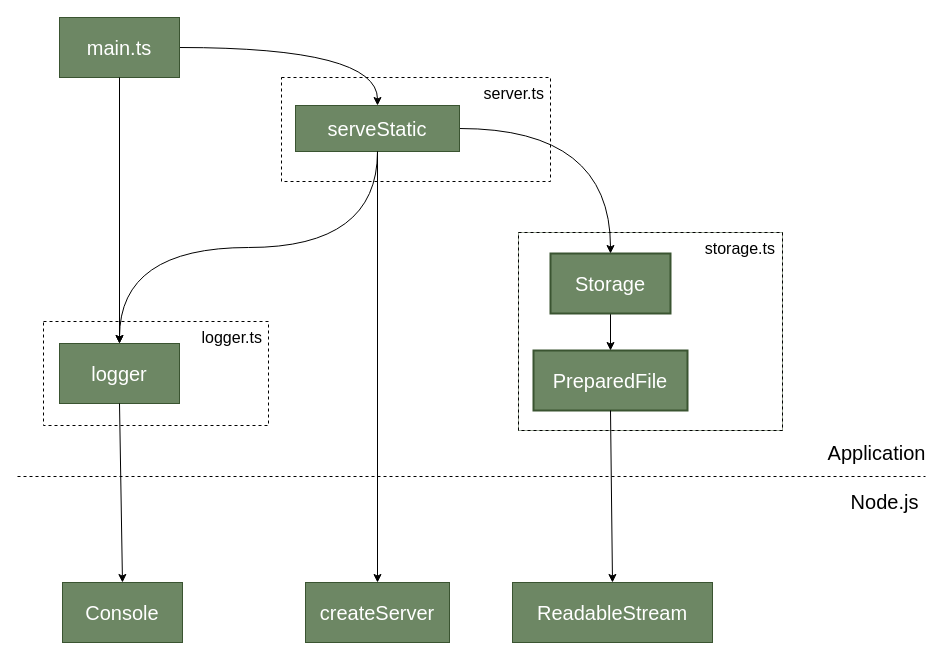
Before: metarhia/solid/dip/1_no-di/diagram.drawio in yialo/learn-smth, a draw.io diagram. Source tidied: cells renumbered, new cells numbered last; positions are measured from the earlier drawing's top-left corner, leaving out a move shared by most shapes. Both pictures are drawn from the tidied source at 100%, with x=0, y=0 at pixel (17, 17).
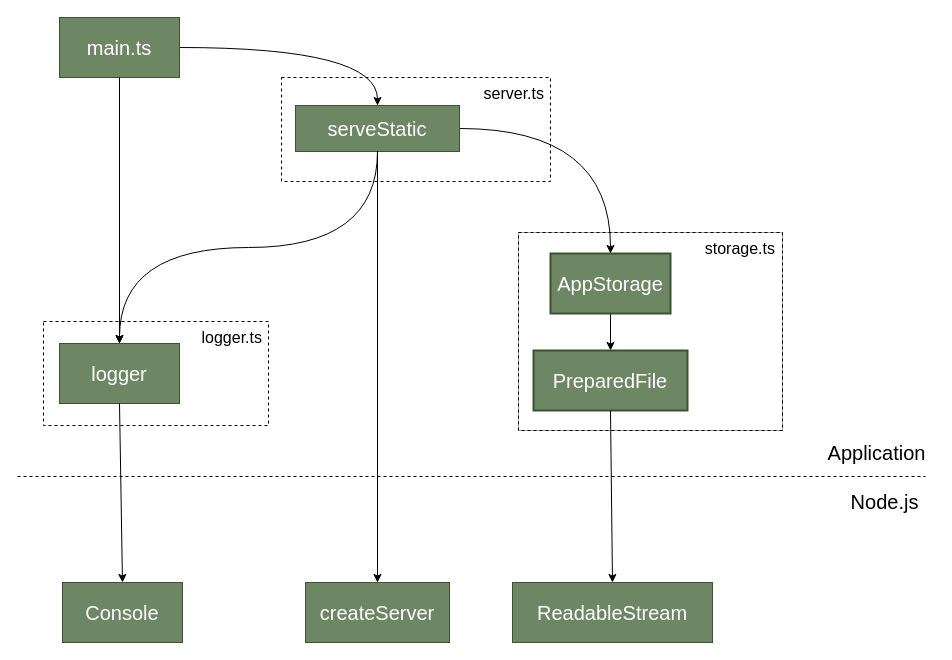
Above is the later version.

Commit message:
content: tune up diagram

Unchanged cells that the change refers to:
```xml
<mxCell id="5" style="group;fillColor=#6d8764;fontColor=#ffffff;strokeColor=#3A5431;spacingRight=5;" parent="1" vertex="1">
  <mxGeometry x="501" y="215" width="264" height="198" as="geometry" />
</mxCell>
```

What changed in the source:
```diff
@@
-    <mxCell id="10" value="&lt;span style=&quot;font-size: 20px;&quot;&gt;Storage&lt;/span&gt;" style="rounded=0;whiteSpace=wrap;html=1;fillColor=#6d8764;fontColor=#ffffff;strokeColor=#3A5431;strokeWidth=2;" parent="5" vertex="1">
+    <mxCell id="10" value="&lt;span style=&quot;font-size: 20px;&quot;&gt;AppStorage&lt;/span&gt;" style="rounded=0;whiteSpace=wrap;html=1;fillColor=#6d8764;fontColor=#ffffff;strokeColor=#3A5431;strokeWidth=2;" parent="5" vertex="1">
       <mxGeometry x="32" y="21" width="120" height="60" as="geometry" />
     </mxCell>
```
